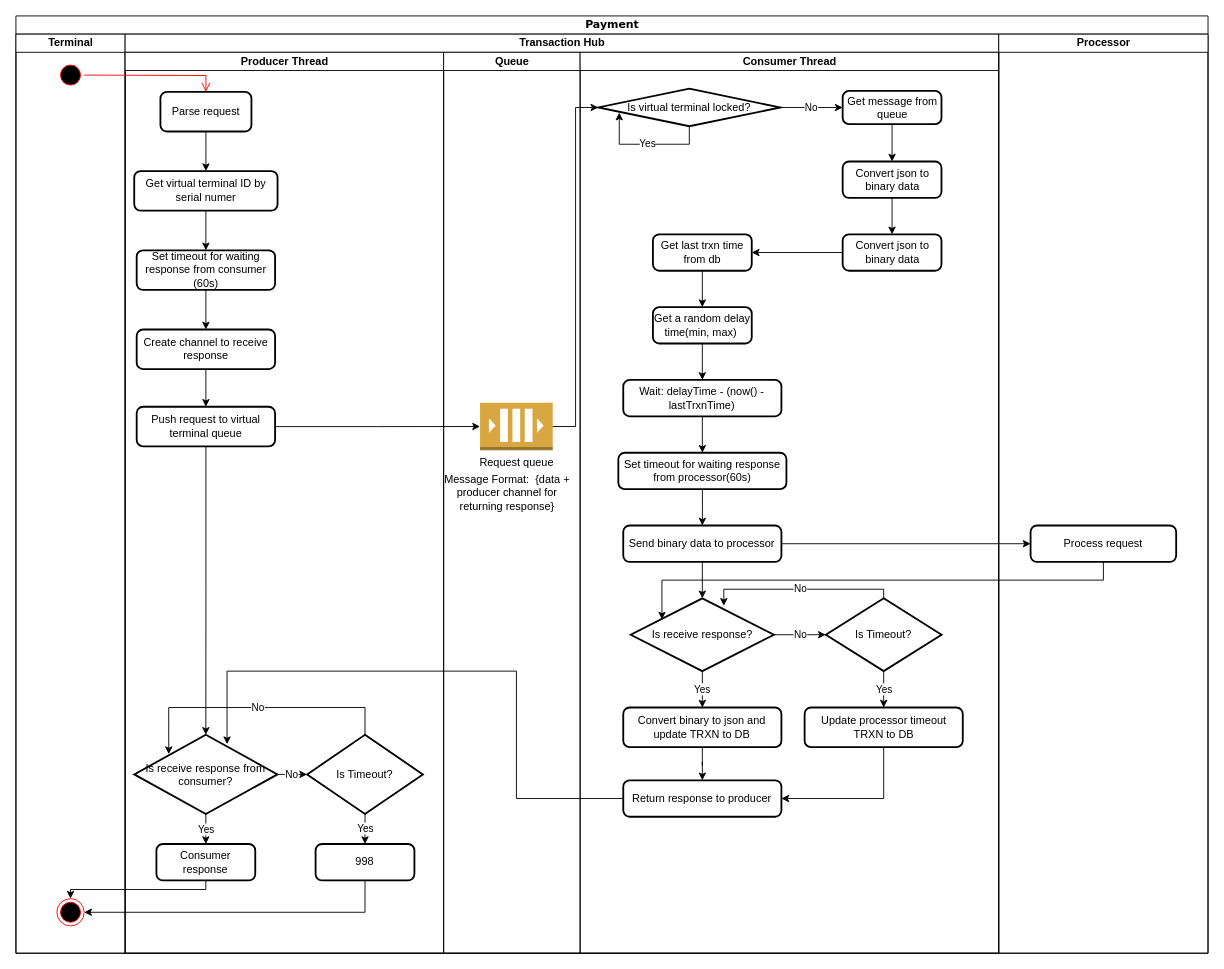
Before: page "Payment" (2 of 5) of docs/diagram.drawio in SmileDragonfly/transaction-hub, a draw.io diagram. Source tidied: cells renumbered, new cells numbered last; positions are measured from the earlier drawing's top-left corner, leaving out a move shared by most shapes. Both pictures are drawn from the tidied source at 91%, with x=0, y=0 at pixel (15, 15).
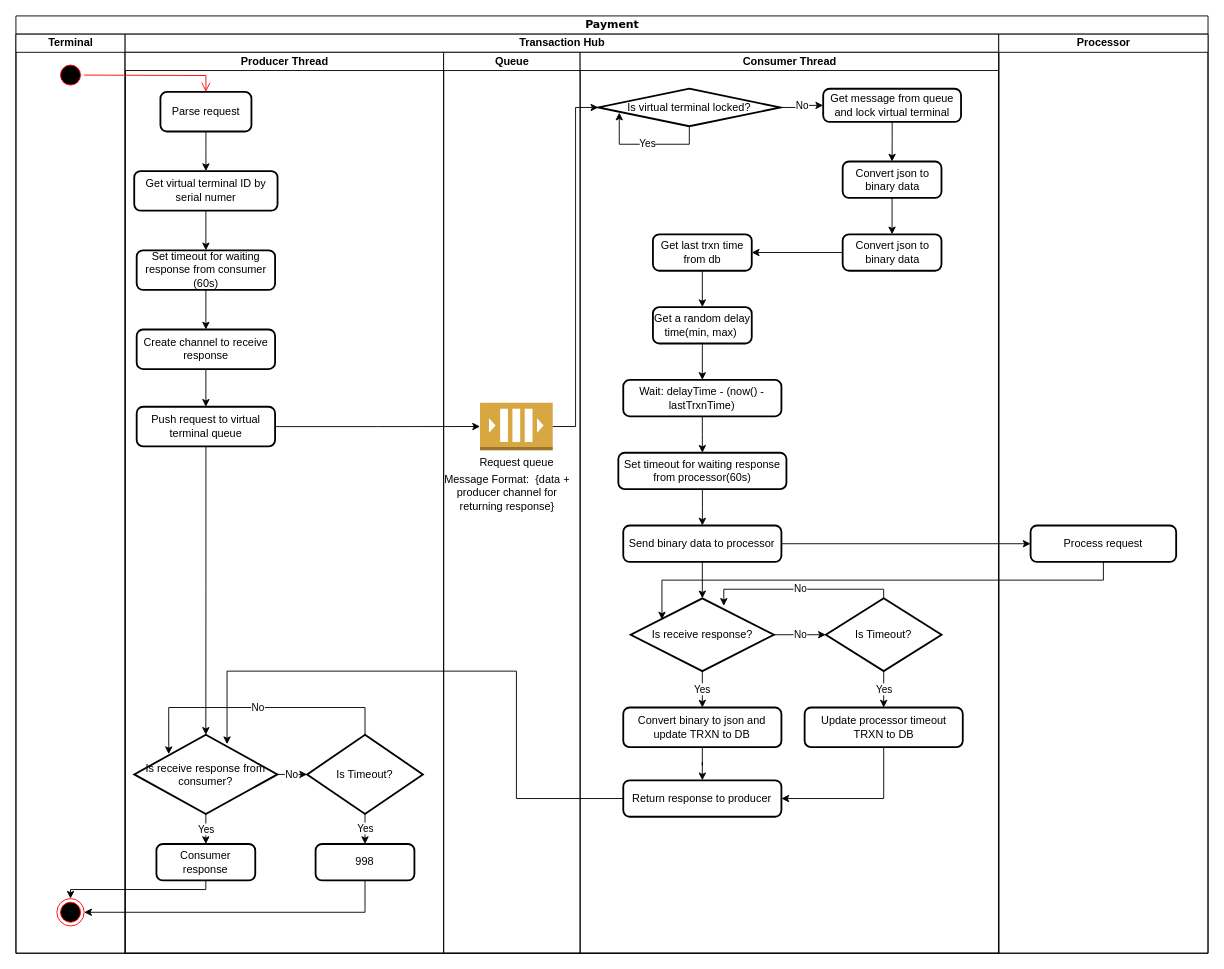
The same page after the edit.

The change refers to these unchanged cells:
```xml
<mxCell id="30" value="Consumer Thread" style="swimlane;html=1;startSize=20;" parent="7" vertex="1">
  <mxGeometry x="500" width="460" height="990" as="geometry" />
</mxCell>
```

Change to the diagram source:
```diff
@@
-    <mxCell id="32" value="Get message from queue" style="rounded=1;whiteSpace=wrap;html=1;absoluteArcSize=1;arcSize=14;strokeWidth=2;" parent="30" vertex="1">
-      <mxGeometry x="288.5" y="42.4" width="108.6" height="36.5" as="geometry" />
+    <mxCell id="32" value="Get message from queue and lock virtual terminal" style="rounded=1;whiteSpace=wrap;html=1;absoluteArcSize=1;arcSize=14;strokeWidth=2;" parent="30" vertex="1">
+      <mxGeometry x="267.1" y="40" width="151.5" height="36.5" as="geometry" />
     </mxCell>
```
